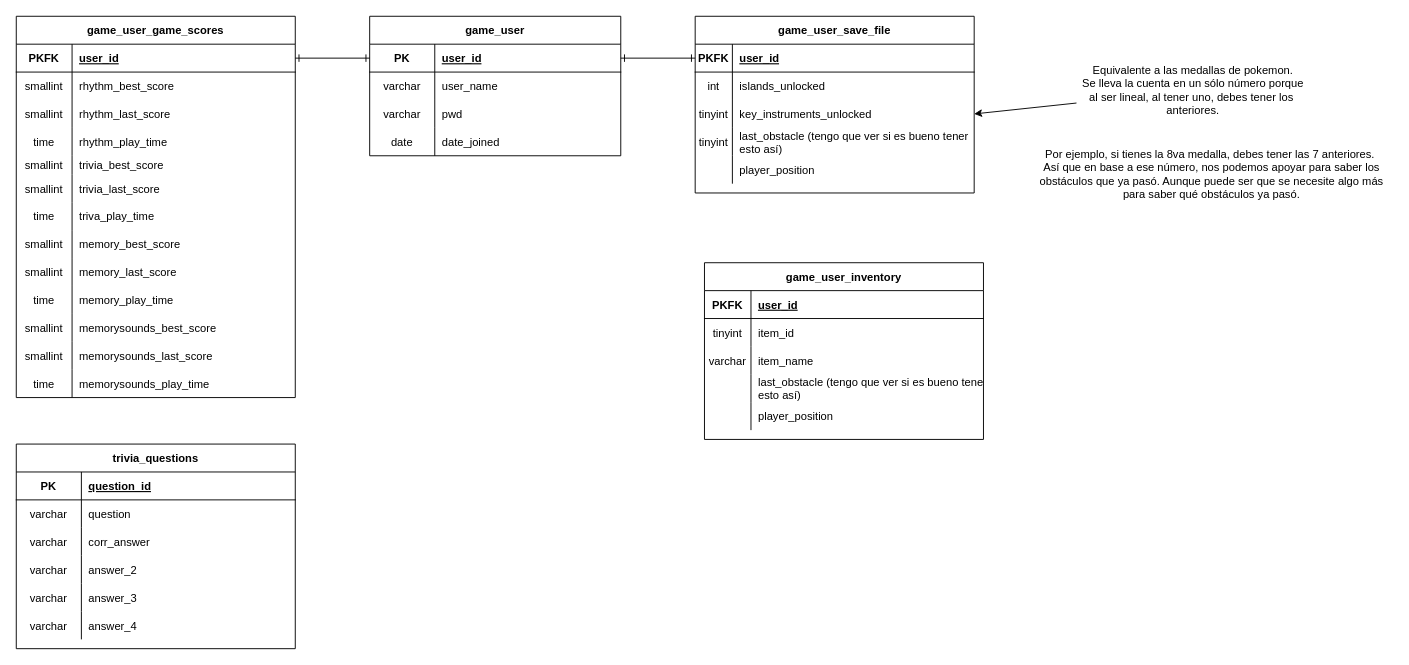
This is Diagrams/diagram.drawio from A01352283/Equipo5_ConstruccionSoftware, a draw.io file, before an edit. Source tidied: cells renumbered, new cells numbered last; positions are measured from the earlier drawing's top-left corner, leaving out a move shared by most shapes. Both pictures are drawn from the tidied source at 93%, with x=0, y=0 at pixel (16, 16).
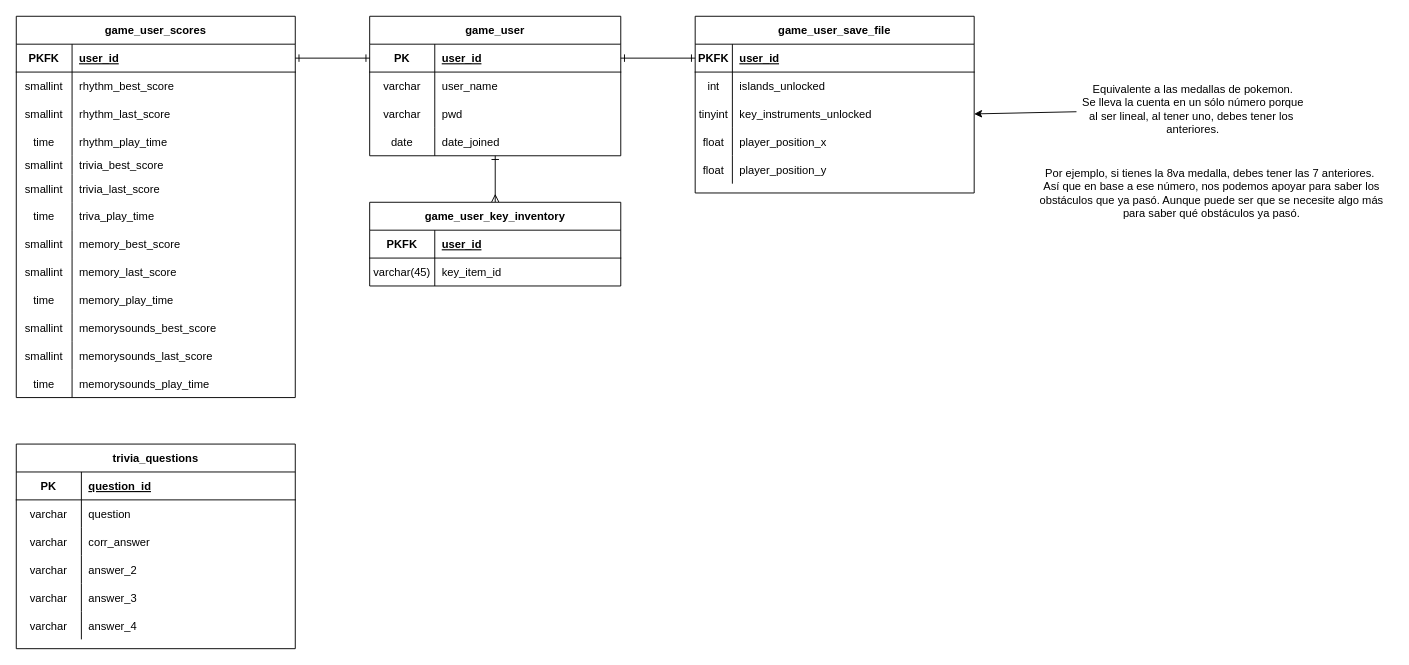
Above is the later version.

The change refers to these unchanged cells:
```xml
<mxCell id="2" value="game_user" style="shape=table;startSize=30;childLayout=tableLayout;rowLines=0;fontStyle=1;align=center;" parent="1" vertex="1">
  <mxGeometry x="380" width="270" height="150" as="geometry" />
</mxCell>
<mxCell id="55" value="game_user_save_file" style="shape=table;startSize=30;childLayout=tableLayout;rowLines=0;fontStyle=1;align=center;" parent="1" vertex="1">
  <mxGeometry x="730" width="300" height="190" as="geometry" />
</mxCell>
```

What changed in the source:
```diff
@@
+    <mxCell id="111" style="edgeStyle=none;html=1;entryX=0.5;entryY=0;entryDx=0;entryDy=0;startArrow=ERone;startFill=0;endArrow=ERmany;endFill=0;" parent="1" edge="1" source="2" target="95">
+      <mxGeometry relative="1" as="geometry" />
+    </mxCell>
@@
-    <mxCell id="15" value="game_user_game_scores" style="shape=table;startSize=30;childLayout=tableLayout;rowLines=0;fontStyle=1;align=center;" parent="1" vertex="1">
+    <mxCell id="15" value="game_user_scores" style="shape=table;startSize=30;childLayout=tableLayout;rowLines=0;fontStyle=1;align=center;" parent="1" vertex="1">
       <mxGeometry width="300" height="410" as="geometry" />
     </mxCell>
@@
-    <mxCell id="65" style="shape=partialRectangle;fillColor=none;top=0;left=0;bottom=0;right=0;" parent="55" vertex="1">
-      <mxGeometry y="120" width="300" height="30" as="geometry" />
-    </mxCell>
-    <mxCell id="66" value="tinyint" style="shape=partialRectangle;fillColor=none;top=0;left=0;bottom=0;right=0;overflow=hidden;" parent="65" vertex="1">
-      <mxGeometry width="40" height="30" as="geometry" />
-    </mxCell>
-    <mxCell id="67" value="last_obstacle (tengo que ver si es bueno tener&#10;esto así)" style="shape=partialRectangle;fillColor=none;top=0;left=0;bottom=0;right=0;align=left;spacingLeft=6;overflow=hidden;" parent="65" vertex="1">
-      <mxGeometry x="40" width="260" height="30" as="geometry" />
-    </mxCell>
     <mxCell id="68" style="shape=partialRectangle;fillColor=none;top=0;left=0;bottom=0;right=0;" parent="55" vertex="1">
-      <mxGeometry y="150" width="300" height="30" as="geometry" />
+      <mxGeometry y="120" width="300" height="30" as="geometry" />
     </mxCell>
-    <mxCell id="69" style="shape=partialRectangle;fillColor=none;top=0;left=0;bottom=0;right=0;overflow=hidden;" parent="68" vertex="1">
+    <mxCell id="69" value="float" style="shape=partialRectangle;fillColor=none;top=0;left=0;bottom=0;right=0;overflow=hidden;" parent="68" vertex="1">
       <mxGeometry width="40" height="30" as="geometry" />
     </mxCell>
-    <mxCell id="70" value="player_position" style="shape=partialRectangle;fillColor=none;top=0;left=0;bottom=0;right=0;align=left;spacingLeft=6;overflow=hidden;" parent="68" vertex="1">
+    <mxCell id="70" value="player_position_x" style="shape=partialRectangle;fillColor=none;top=0;left=0;bottom=0;right=0;align=left;spacingLeft=6;overflow=hidden;" parent="68" vertex="1">
       <mxGeometry x="40" width="260" height="30" as="geometry" />
     </mxCell>
+    <mxCell id="108" style="shape=partialRectangle;fillColor=none;top=0;left=0;bottom=0;right=0;" parent="55" vertex="1">
+      <mxGeometry y="150" width="300" height="30" as="geometry" />
+    </mxCell>
+    <mxCell id="112" value="float" style="shape=partialRectangle;fillColor=none;top=0;left=0;bottom=0;right=0;overflow=hidden;" parent="108" vertex="1">
+      <mxGeometry width="40" height="30" as="geometry" />
+    </mxCell>
+    <mxCell id="113" value="player_position_y" style="shape=partialRectangle;fillColor=none;top=0;left=0;bottom=0;right=0;align=left;spacingLeft=6;overflow=hidden;" parent="108" vertex="1">
+      <mxGeometry x="40" width="260" height="30" as="geometry" />
+    </mxCell>
@@
     <mxCell id="72" value="Equivalente a las medallas de pokemon.&lt;br&gt;Se lleva la cuenta en un sólo número porque&lt;br&gt;al ser lineal, al tener uno, debes tener los&amp;nbsp;&lt;br&gt;anteriores." style="text;html=1;align=center;verticalAlign=middle;points=[];strokeColor=none;fillColor=none;" parent="1" vertex="1">
-      <mxGeometry x="1140" y="50" width="250" height="60" as="geometry" />
+      <mxGeometry x="1140" y="70" width="250" height="60" as="geometry" />
     </mxCell>
     <mxCell id="73" value="Por ejemplo, si tienes la 8va medalla, debes tener las 7 anteriores.&amp;nbsp;&lt;br&gt;Así que en base a ese número, nos podemos apoyar para saber los&lt;br&gt;obstáculos que ya pasó. Aunque puede ser que se necesite algo más&lt;br&gt;para saber qué obstáculos ya pasó." style="text;html=1;align=center;verticalAlign=middle;strokeColor=none;fillColor=none;" parent="1" vertex="1">
-      <mxGeometry x="1090" y="140" width="390" height="60" as="geometry" />
+      <mxGeometry x="1090" y="160" width="390" height="60" as="geometry" />
     </mxCell>
@@
-    <mxCell id="95" value="game_user_inventory" style="shape=table;startSize=30;childLayout=tableLayout;rowLines=0;fontStyle=1;align=center;" parent="1" vertex="1">
-      <mxGeometry x="740" y="265" width="300" height="190" as="geometry" />
+    <mxCell id="95" value="game_user_key_inventory" style="shape=table;startSize=30;childLayout=tableLayout;rowLines=0;fontStyle=1;align=center;" parent="1" vertex="1">
+      <mxGeometry x="380" y="200" width="270" height="90" as="geometry" />
     </mxCell>
     <mxCell id="96" style="shape=partialRectangle;fillColor=none;top=0;left=0;bottom=1;right=0;" parent="95" vertex="1">
-      <mxGeometry y="30" width="300" height="30" as="geometry" />
+      <mxGeometry y="30" width="270" height="30" as="geometry" />
     </mxCell>
     <mxCell id="97" value="PKFK" style="shape=partialRectangle;fillColor=none;top=0;left=0;bottom=0;right=0;fontStyle=1;overflow=hidden;" parent="96" vertex="1">
-      <mxGeometry width="50" height="30" as="geometry" />
+      <mxGeometry width="70" height="30" as="geometry" />
     </mxCell>
     <mxCell id="98" value="user_id" style="shape=partialRectangle;fillColor=none;top=0;left=0;bottom=0;right=0;align=left;spacingLeft=6;fontStyle=5;overflow=hidden;" parent="96" vertex="1">
-      <mxGeometry x="50" width="250" height="30" as="geometry" />
+      <mxGeometry x="70" width="200" height="30" as="geometry" />
     </mxCell>
     <mxCell id="99" style="shape=partialRectangle;fillColor=none;top=0;left=0;bottom=0;right=0;" parent="95" vertex="1">
-      <mxGeometry y="60" width="300" height="30" as="geometry" />
+      <mxGeometry y="60" width="270" height="30" as="geometry" />
     </mxCell>
-    <mxCell id="100" value="tinyint" style="shape=partialRectangle;fillColor=none;top=0;left=0;bottom=0;right=0;overflow=hidden;" parent="99" vertex="1">
-      <mxGeometry width="50" height="30" as="geometry" />
+    <mxCell id="100" value="varchar(45)" style="shape=partialRectangle;fillColor=none;top=0;left=0;bottom=0;right=0;overflow=hidden;" parent="99" vertex="1">
+      <mxGeometry width="70" height="30" as="geometry" />
     </mxCell>
-    <mxCell id="101" value="item_id" style="shape=partialRectangle;fillColor=none;top=0;left=0;bottom=0;right=0;align=left;spacingLeft=6;overflow=hidden;" parent="99" vertex="1">
-      <mxGeometry x="50" width="250" height="30" as="geometry" />
+    <mxCell id="101" value="key_item_id" style="shape=partialRectangle;fillColor=none;top=0;left=0;bottom=0;right=0;align=left;spacingLeft=6;overflow=hidden;" parent="99" vertex="1">
+      <mxGeometry x="70" width="200" height="30" as="geometry" />
     </mxCell>
-    <mxCell id="102" style="shape=partialRectangle;fillColor=none;top=0;left=0;bottom=0;right=0;" parent="95" vertex="1">
-      <mxGeometry y="90" width="300" height="30" as="geometry" />
-    </mxCell>
-    <mxCell id="103" value="varchar" style="shape=partialRectangle;fillColor=none;top=0;left=0;bottom=0;right=0;overflow=hidden;" parent="102" vertex="1">
-      <mxGeometry width="50" height="30" as="geometry" />
-    </mxCell>
-    <mxCell id="104" value="item_name" style="shape=partialRectangle;fillColor=none;top=0;left=0;bottom=0;right=0;align=left;spacingLeft=6;overflow=hidden;" parent="102" vertex="1">
-      <mxGeometry x="50" width="250" height="30" as="geometry" />
-    </mxCell>
-    <mxCell id="105" style="shape=partialRectangle;fillColor=none;top=0;left=0;bottom=0;right=0;" parent="95" vertex="1">
-      <mxGeometry y="120" width="300" height="30" as="geometry" />
-    </mxCell>
-    <mxCell id="106" style="shape=partialRectangle;fillColor=none;top=0;left=0;bottom=0;right=0;overflow=hidden;" parent="105" vertex="1">
-      <mxGeometry width="50" height="30" as="geometry" />
-    </mxCell>
-    <mxCell id="107" value="last_obstacle (tengo que ver si es bueno tener&#10;esto así)" style="shape=partialRectangle;fillColor=none;top=0;left=0;bottom=0;right=0;align=left;spacingLeft=6;overflow=hidden;" parent="105" vertex="1">
-      <mxGeometry x="50" width="250" height="30" as="geometry" />
-    </mxCell>
-    <mxCell id="108" style="shape=partialRectangle;fillColor=none;top=0;left=0;bottom=0;right=0;" parent="95" vertex="1">
-      <mxGeometry y="150" width="300" height="30" as="geometry" />
-    </mxCell>
-    <mxCell id="109" style="shape=partialRectangle;fillColor=none;top=0;left=0;bottom=0;right=0;overflow=hidden;" parent="108" vertex="1">
-      <mxGeometry width="50" height="30" as="geometry" />
-    </mxCell>
-    <mxCell id="110" value="player_position" style="shape=partialRectangle;fillColor=none;top=0;left=0;bottom=0;right=0;align=left;spacingLeft=6;overflow=hidden;" parent="108" vertex="1">
-      <mxGeometry x="50" width="250" height="30" as="geometry" />
-    </mxCell>
```
